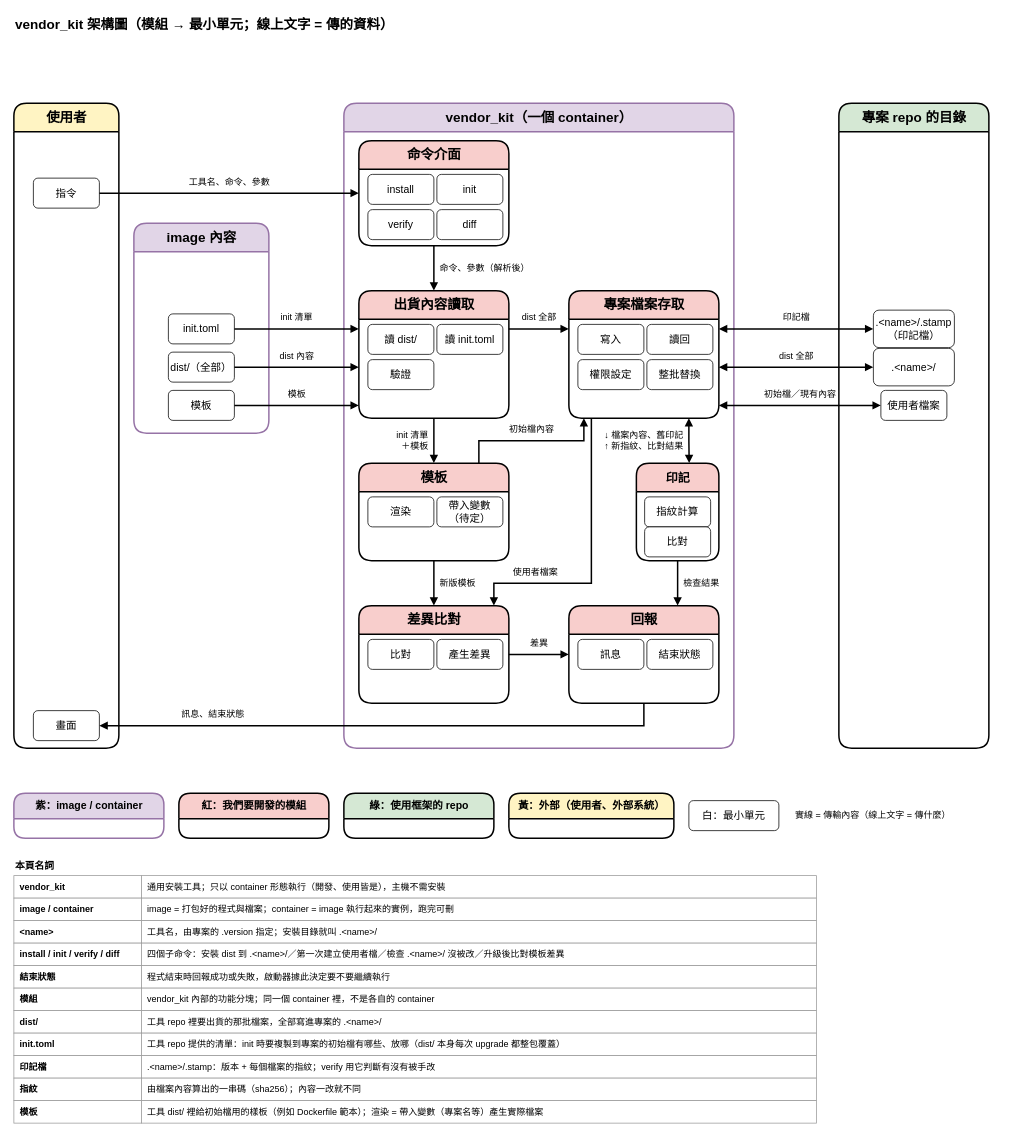
The draw.io diagram page "1. vendor_kit 架構圖" (1 of 7) of dist_distribution.drawio in ycpss91255-research/vendor_kit, before the edit. Source tidied: cells renumbered, new cells numbered last; positions are measured from the earlier drawing's top-left corner, leaving out a move shared by most shapes. Both pictures are drawn from the tidied source at 75%, with x=0, y=0 at pixel (14, 13).
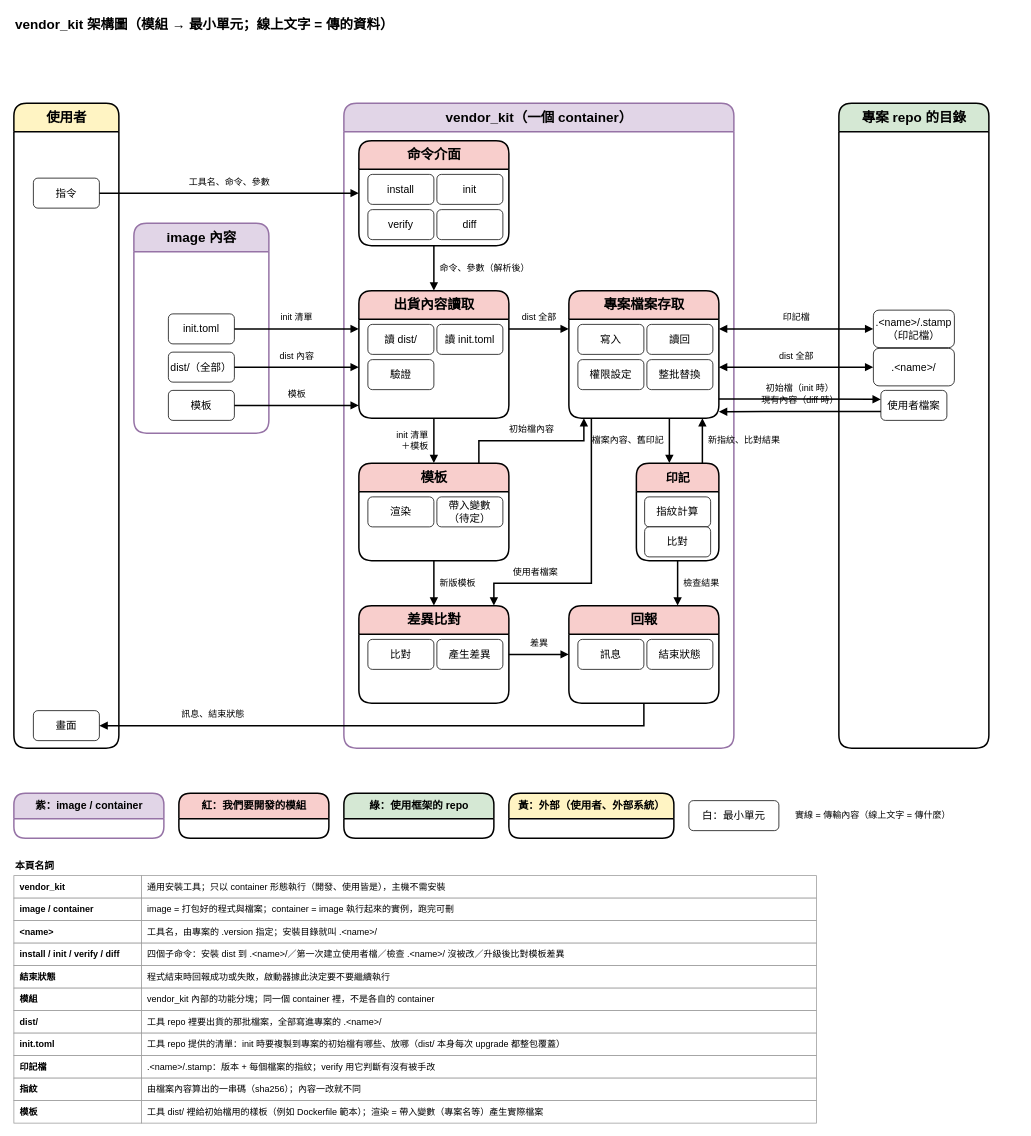
The same diagram, later.

The change refers to these unchanged cells:
```xml
<mxCell id="26" value="專案檔案存取" style="swimlane;html=1;rounded=1;startSize=38;fontStyle=1;fontSize=18;fillColor=#f8cecc;swimlaneFillColor=#ffffff;strokeColor=#000000;strokeWidth=2;" parent="10" vertex="1">
  <mxGeometry x="300" y="250" width="200" height="170" as="geometry" />
</mxCell>
<mxCell id="31" value="印記" style="swimlane;html=1;rounded=1;startSize=38;fontStyle=1;fontSize=16;fillColor=#f8cecc;swimlaneFillColor=#ffffff;strokeColor=#000000;strokeWidth=2;" parent="10" vertex="1">
  <mxGeometry x="390" y="480" width="110" height="130" as="geometry" />
</mxCell>
<mxCell id="40" value="使用者檔案" style="rounded=1;whiteSpace=wrap;html=1;fillColor=#ffffff;strokeColor=light-dark(#000000,#9577A3);fontSize=14;strokeWidth=1;" parent="37" vertex="1">
  <mxGeometry x="56" y="383" width="88" height="40" as="geometry" />
</mxCell>
```

The edit, as a diff of the source:
```diff
@@
-    <mxCell id="49" value="↓ 檔案內容、舊印記&lt;br&gt;↑ 新指紋、比對結果" style="edgeStyle=orthogonalEdgeStyle;rounded=0;jettySize=auto;html=1;strokeColor=default;strokeWidth=2;align=center;verticalAlign=bottom;spacingBottom=6;fontFamily=Helvetica;fontSize=12;fontColor=default;labelBorderColor=none;labelBackgroundColor=none;endArrow=block;endFill=1;exitX=0.8;exitY=1;exitDx=0;exitDy=0;entryX=0.64;entryY=0;entryDx=0;entryDy=0;startArrow=block;startFill=1;align=right;verticalAlign=middle;spacingRight=6;spacingBottom=0;" parent="1" edge="1" source="26" target="31">
+    <mxCell id="49" value="檔案內容、舊印記" style="edgeStyle=orthogonalEdgeStyle;rounded=0;jettySize=auto;html=1;strokeColor=default;strokeWidth=2;align=center;verticalAlign=bottom;spacingBottom=6;fontFamily=Helvetica;fontSize=12;fontColor=default;labelBorderColor=none;labelBackgroundColor=none;endArrow=block;endFill=1;exitX=0.67;exitY=1;exitDx=0;exitDy=0;entryX=0.4;entryY=0;entryDx=0;entryDy=0;align=right;verticalAlign=middle;spacingRight=6;spacingBottom=0;" parent="1" edge="1" source="26" target="31">
       <mxGeometry relative="1" as="geometry" />
     </mxCell>
+    <mxCell id="87" value="新指紋、比對結果" style="edgeStyle=orthogonalEdgeStyle;rounded=0;jettySize=auto;html=1;strokeColor=default;strokeWidth=2;align=center;verticalAlign=bottom;spacingBottom=6;fontFamily=Helvetica;fontSize=12;fontColor=default;labelBorderColor=none;labelBackgroundColor=none;endArrow=block;endFill=1;exitX=0.8;exitY=0;exitDx=0;exitDy=0;entryX=0.89;entryY=1;entryDx=0;entryDy=0;align=left;verticalAlign=middle;spacingLeft=6;spacingBottom=0;" parent="1" edge="1" source="31" target="26">
+      <mxGeometry relative="1" as="geometry" />
+    </mxCell>
@@
-    <mxCell id="52" value="初始檔／現有內容" style="edgeStyle=orthogonalEdgeStyle;rounded=0;jettySize=auto;html=1;strokeColor=default;strokeWidth=2;align=center;verticalAlign=bottom;spacingBottom=6;fontFamily=Helvetica;fontSize=12;fontColor=default;labelBorderColor=none;labelBackgroundColor=none;endArrow=block;endFill=1;exitX=1;exitY=0.9;exitDx=0;exitDy=0;entryX=0;entryY=0.5;entryDx=0;entryDy=0;startArrow=block;startFill=1;" parent="1" edge="1" source="26" target="40">
+    <mxCell id="52" value="初始檔（init 時）" style="edgeStyle=orthogonalEdgeStyle;rounded=0;jettySize=auto;html=1;strokeColor=default;strokeWidth=2;align=center;verticalAlign=bottom;spacingBottom=6;fontFamily=Helvetica;fontSize=12;fontColor=default;labelBorderColor=none;labelBackgroundColor=none;endArrow=block;endFill=1;exitX=1;exitY=0.85;exitDx=0;exitDy=0;entryX=0;entryY=0.3;entryDx=0;entryDy=0;" parent="1" edge="1" source="26" target="40">
       <mxGeometry relative="1" as="geometry" />
     </mxCell>
+    <mxCell id="88" value="現有內容（diff 時）" style="edgeStyle=orthogonalEdgeStyle;rounded=0;jettySize=auto;html=1;strokeColor=default;strokeWidth=2;align=center;verticalAlign=bottom;spacingBottom=6;fontFamily=Helvetica;fontSize=12;fontColor=default;labelBorderColor=none;labelBackgroundColor=none;endArrow=block;endFill=1;exitX=0;exitY=0.7;exitDx=0;exitDy=0;entryX=1;entryY=0.95;entryDx=0;entryDy=0;" parent="1" edge="1" source="40" target="26">
+      <mxGeometry relative="1" as="geometry" />
+    </mxCell>
```
